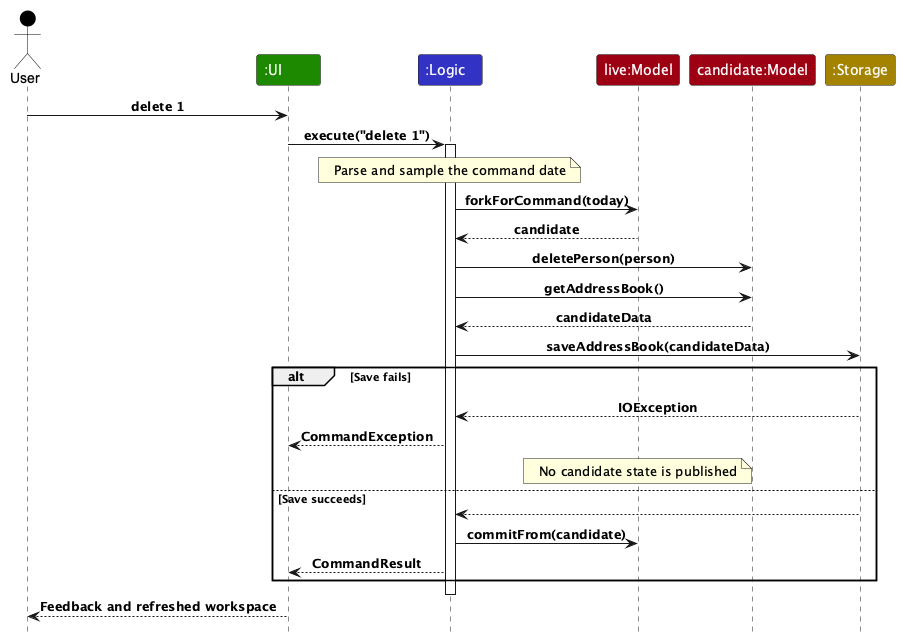
This is docs/images/ArchitectureSequenceDiagram.png from AY2627S1-CS2103T-W13-3/tp, a PlantUML export, as it was before one commit.
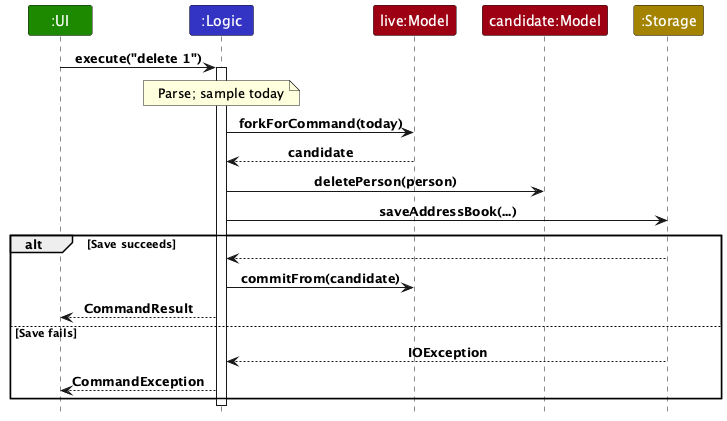
Above is the later version.

The edit, as a diff of the source:
```diff
@@ -1,30 +1,27 @@
 @startuml
+!pragma layout smetana
 !include style.puml
-actor User as user USER_COLOR
+skinparam ParticipantPadding 8
+skinparam sequenceMessageAlign center
 participant ":UI" as ui UI_COLOR
 participant ":Logic" as logic LOGIC_COLOR
 participant "live:Model" as live MODEL_COLOR
 participant "candidate:Model" as candidate MODEL_COLOR
 participant ":Storage" as storage STORAGE_COLOR
-user -> ui : delete 1
 ui -> logic : execute("delete 1")
 activate logic
-note over logic : Parse and sample the command date
+note over logic : Parse; sample today
 logic -> live : forkForCommand(today)
 live --> logic : candidate
 logic -> candidate : deletePerson(person)
-logic -> candidate : getAddressBook()
-candidate --> logic : candidateData
-logic -> storage : saveAddressBook(candidateData)
-alt Save fails
-    storage --> logic : IOException
-    logic --> ui : CommandException
-    note over live : No candidate state is published
-else Save succeeds
+logic -> storage : saveAddressBook(...)
+alt Save succeeds
     storage --> logic
     logic -> live : commitFrom(candidate)
     logic --> ui : CommandResult
+else Save fails
+    storage --> logic : IOException
+    logic --> ui : CommandException
 end
 deactivate logic
-ui --> user : Feedback and refreshed workspace
 @enduml
```
